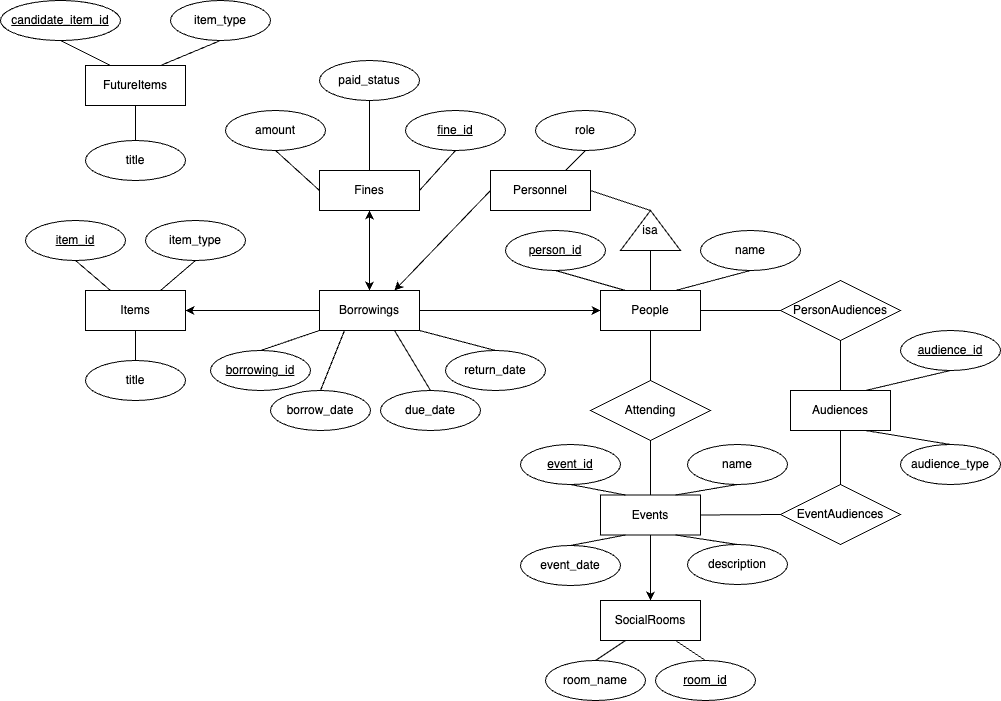
Above: Library_ER_Diagram.png in t-trent/Library-Application (draw.io), before the change. Source tidied: cells renumbered, new cells last; positions are measured from the earlier drawing's top-left corner, leaving out a move shared by most shapes.
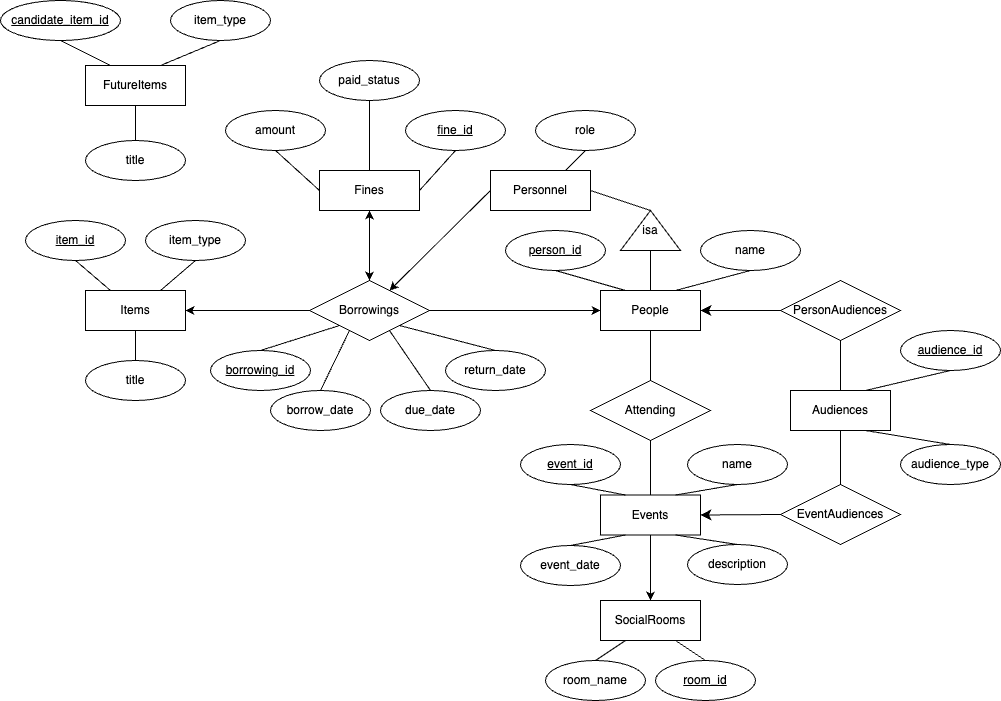
After the change.

The edit, as a diff of the source:
```diff
@@ -11,8 +11,8 @@
     <mxCell id="4" value="People" style="rounded=0;whiteSpace=wrap;html=1;" parent="1" vertex="1">
       <mxGeometry x="600" y="290" width="100" height="40" as="geometry" />
     </mxCell>
-    <mxCell id="5" value="Borrowings" style="rounded=0;whiteSpace=wrap;html=1;" parent="1" vertex="1">
-      <mxGeometry x="319" y="290" width="100" height="40" as="geometry" />
+    <mxCell id="5" value="Borrowings" style="shape=rhombus;perimeter=rhombusPerimeter;whiteSpace=wrap;html=1;align=center;" parent="1" vertex="1">
+      <mxGeometry x="309" y="280" width="120" height="60" as="geometry" />
     </mxCell>
     <mxCell id="6" value="Fines" style="rounded=0;whiteSpace=wrap;html=1;" parent="1" vertex="1">
       <mxGeometry x="319" y="170" width="100" height="40" as="geometry" />
@@ -224,5 +224,11 @@
     <mxCell id="75" value="Personnel" style="whiteSpace=wrap;html=1;align=center;" parent="1" vertex="1">
       <mxGeometry x="490" y="170" width="100" height="40" as="geometry" />
     </mxCell>
+    <mxCell id="76" style="endArrow=classic;html=1;rounded=0;fontSize=12;startSize=8;endSize=8;curved=1;entryX=1;entryY=0.5;entryDx=0;entryDy=0;exitX=0;exitY=0.5;exitDx=0;exitDy=0;" parent="1" edge="1" source="65" target="7">
+      <mxGeometry relative="1" as="geometry" />
+    </mxCell>
+    <mxCell id="77" style="endArrow=classic;html=1;rounded=0;fontSize=12;startSize=8;endSize=8;curved=1;entryX=1;entryY=0.5;entryDx=0;entryDy=0;exitX=0;exitY=0.5;exitDx=0;exitDy=0;" parent="1" edge="1" source="62" target="4">
+      <mxGeometry relative="1" as="geometry" />
+    </mxCell>
   </root>
 </mxGraphModel>
```
